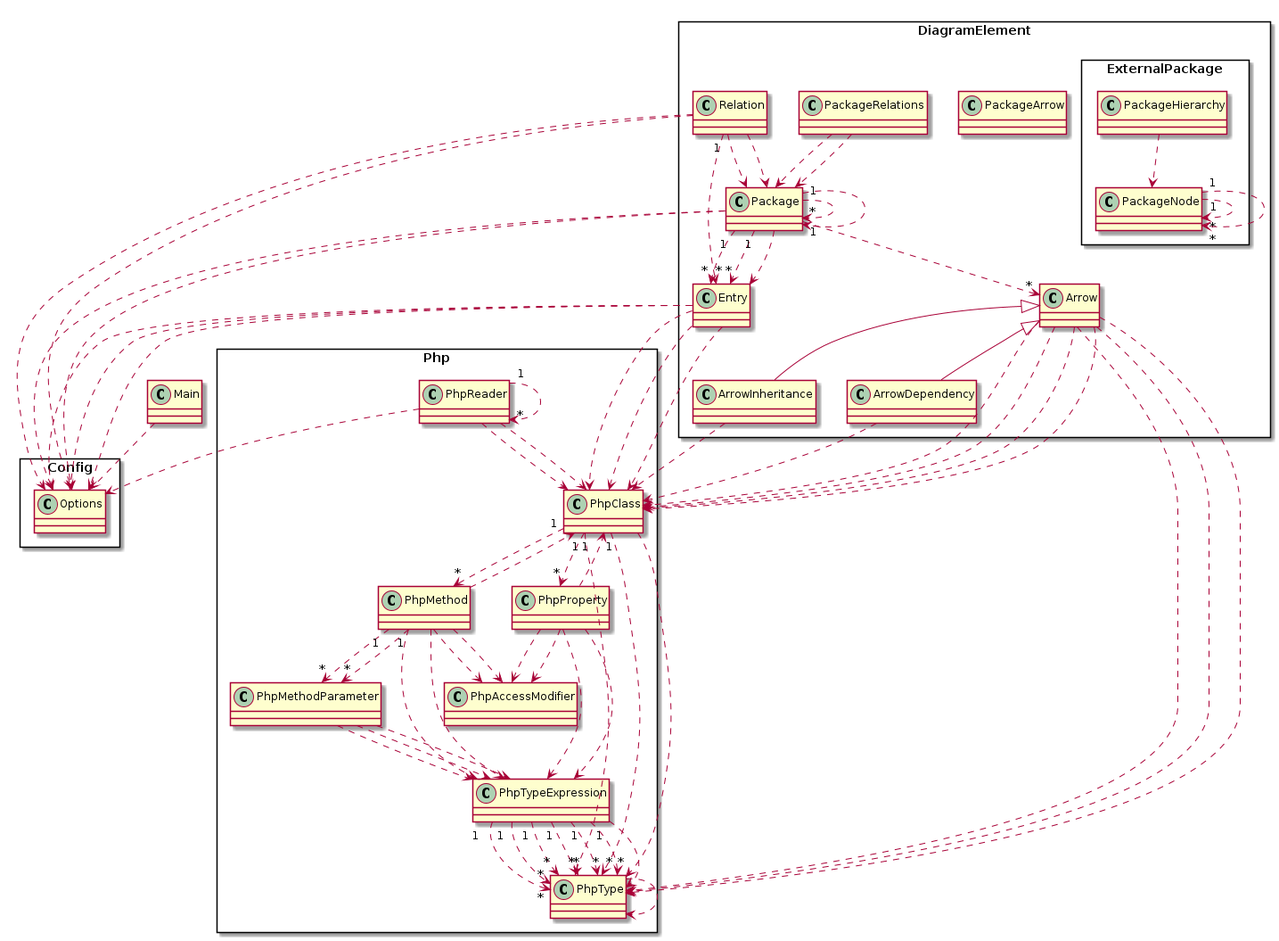
The PlantUML diagram dogfood-model.png in smeghead/php-class-diagram, before a commit.
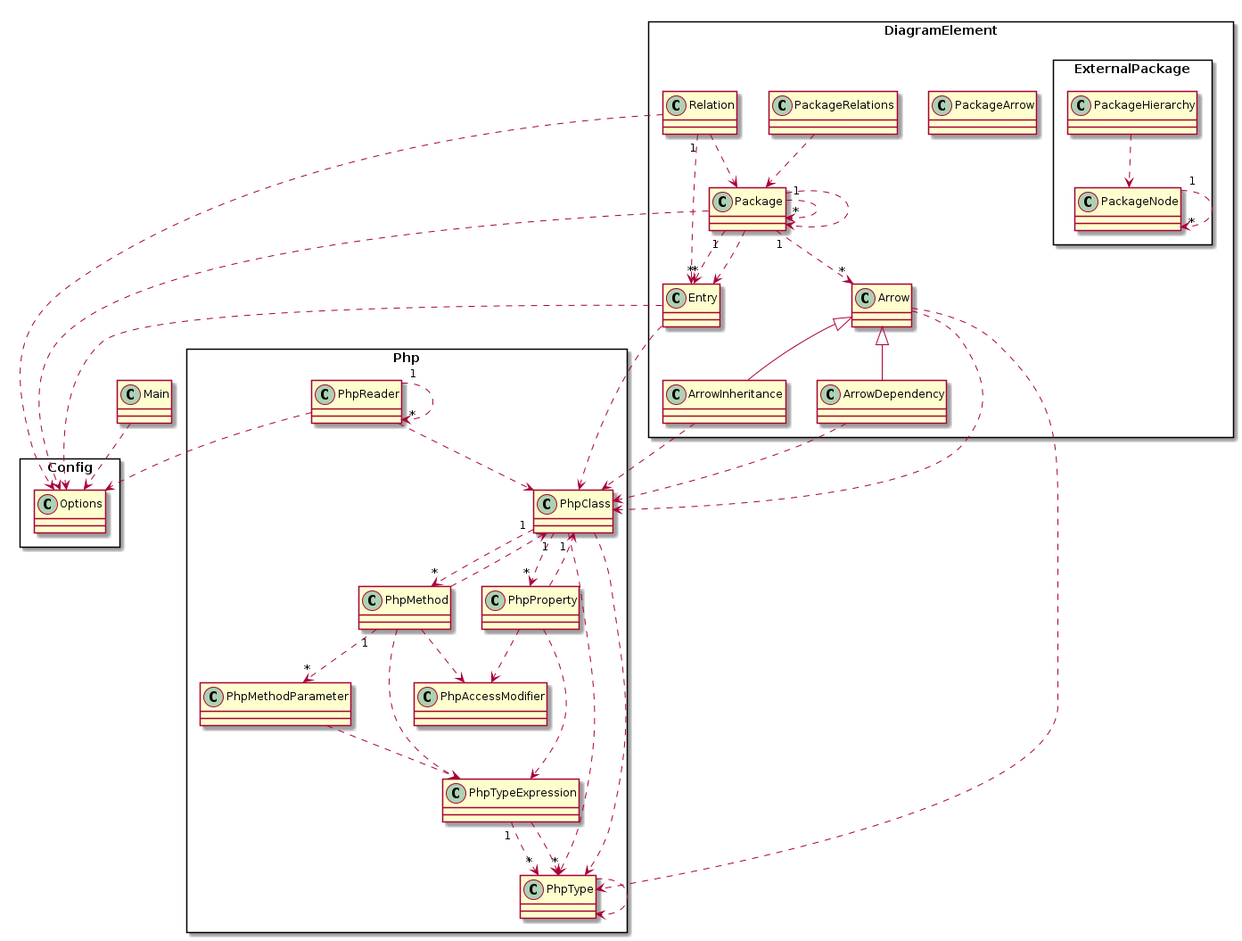
Later version of the same file.

Commit message:
Removed duplicate dependency arrows in class diagrams.

Diff of the diagram source:
```diff
@@ -28,71 +28,42 @@
     }
   }
   DiagramElement.Arrow ..> Php.PhpClass
-  DiagramElement.Arrow ..> Php.PhpClass
-  DiagramElement.Arrow ..> Php.PhpClass
-  DiagramElement.Arrow ..> Php.PhpClass
-  DiagramElement.Arrow ..> Php.PhpType
-  DiagramElement.Arrow ..> Php.PhpType
   DiagramElement.Arrow ..> Php.PhpType
   DiagramElement.Arrow <|-- DiagramElement.ArrowDependency
   DiagramElement.Arrow <|-- DiagramElement.ArrowInheritance
   DiagramElement.ArrowDependency ..> Php.PhpClass
   DiagramElement.ArrowInheritance ..> Php.PhpClass
   DiagramElement.Entry ..> Config.Options
-  DiagramElement.Entry ..> Config.Options
-  DiagramElement.Entry ..> Config.Options
-  DiagramElement.Entry ..> Php.PhpClass
-  DiagramElement.Entry ..> Php.PhpClass
   DiagramElement.Entry ..> Php.PhpClass
   DiagramElement.ExternalPackage.PackageHierarchy ..> DiagramElement.ExternalPackage.PackageNode
   DiagramElement.ExternalPackage.PackageNode "1" ..> "*" DiagramElement.ExternalPackage.PackageNode
-  DiagramElement.ExternalPackage.PackageNode "1" ..> "*" DiagramElement.ExternalPackage.PackageNode
   DiagramElement.Package "1" ..> "*" DiagramElement.Arrow
   DiagramElement.Package "1" ..> "*" DiagramElement.Entry
-  DiagramElement.Package "1" ..> "*" DiagramElement.Entry
   DiagramElement.Package "1" ..> "*" DiagramElement.Package
-  DiagramElement.Package ..> Config.Options
   DiagramElement.Package ..> Config.Options
   DiagramElement.Package ..> DiagramElement.Entry
   DiagramElement.Package ..> DiagramElement.Package
   DiagramElement.PackageRelations ..> DiagramElement.Package
-  DiagramElement.PackageRelations ..> DiagramElement.Package
   DiagramElement.Relation "1" ..> "*" DiagramElement.Entry
   DiagramElement.Relation ..> Config.Options
-  DiagramElement.Relation ..> Config.Options
-  DiagramElement.Relation ..> DiagramElement.Package
   DiagramElement.Relation ..> DiagramElement.Package
   Main ..> Config.Options
   Php.PhpClass "1" ..> "*" Php.PhpMethod
   Php.PhpClass "1" ..> "*" Php.PhpProperty
   Php.PhpClass "1" ..> "*" Php.PhpType
-  Php.PhpClass "1" ..> "*" Php.PhpType
   Php.PhpClass ..> Php.PhpType
   Php.PhpMethod "1" ..> "*" Php.PhpMethodParameter
-  Php.PhpMethod "1" ..> "*" Php.PhpMethodParameter
-  Php.PhpMethod ..> Php.PhpAccessModifier
   Php.PhpMethod ..> Php.PhpAccessModifier
   Php.PhpMethod ..> Php.PhpClass
   Php.PhpMethod ..> Php.PhpTypeExpression
-  Php.PhpMethod ..> Php.PhpTypeExpression
-  Php.PhpMethodParameter ..> Php.PhpTypeExpression
-  Php.PhpMethodParameter ..> Php.PhpTypeExpression
   Php.PhpMethodParameter ..> Php.PhpTypeExpression
   Php.PhpProperty ..> Php.PhpAccessModifier
-  Php.PhpProperty ..> Php.PhpAccessModifier
   Php.PhpProperty ..> Php.PhpClass
-  Php.PhpProperty ..> Php.PhpTypeExpression
   Php.PhpProperty ..> Php.PhpTypeExpression
   Php.PhpReader "1" ..> "*" Php.PhpReader
   Php.PhpReader ..> Config.Options
   Php.PhpReader ..> Php.PhpClass
-  Php.PhpReader ..> Php.PhpClass
   Php.PhpType ..> Php.PhpType
-  Php.PhpTypeExpression "1" ..> "*" Php.PhpType
-  Php.PhpTypeExpression "1" ..> "*" Php.PhpType
-  Php.PhpTypeExpression "1" ..> "*" Php.PhpType
-  Php.PhpTypeExpression "1" ..> "*" Php.PhpType
-  Php.PhpTypeExpression "1" ..> "*" Php.PhpType
   Php.PhpTypeExpression "1" ..> "*" Php.PhpType
   Php.PhpTypeExpression ..> Php.PhpType
 @enduml
```
